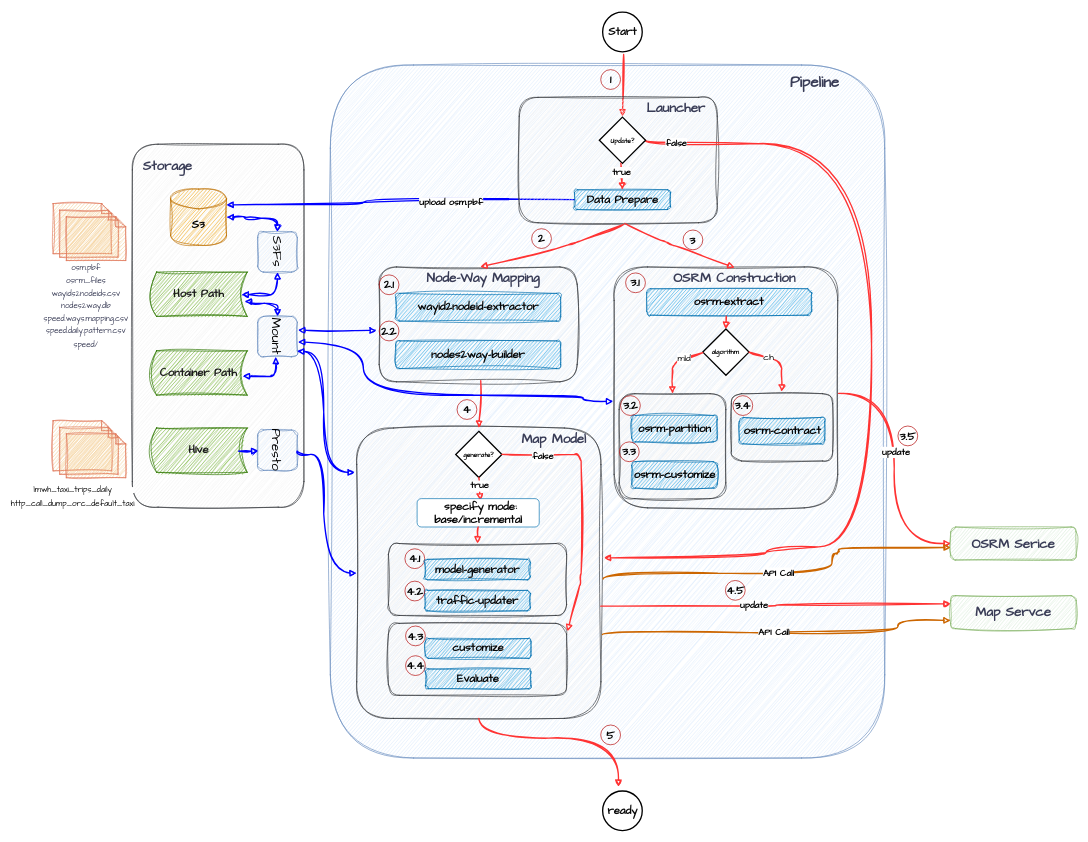
Above: page "pipeline" (4 of 10) of MapTracer-Diagram.drawio in fenwuyaoji/learngit (draw.io), before the change. Source tidied: cells renumbered, new cells numbered last; positions are measured from the earlier drawing's top-left corner, leaving out a move shared by most shapes. Both pictures are drawn from the tidied source at 66%, with x=0, y=0 at pixel (33, 12).
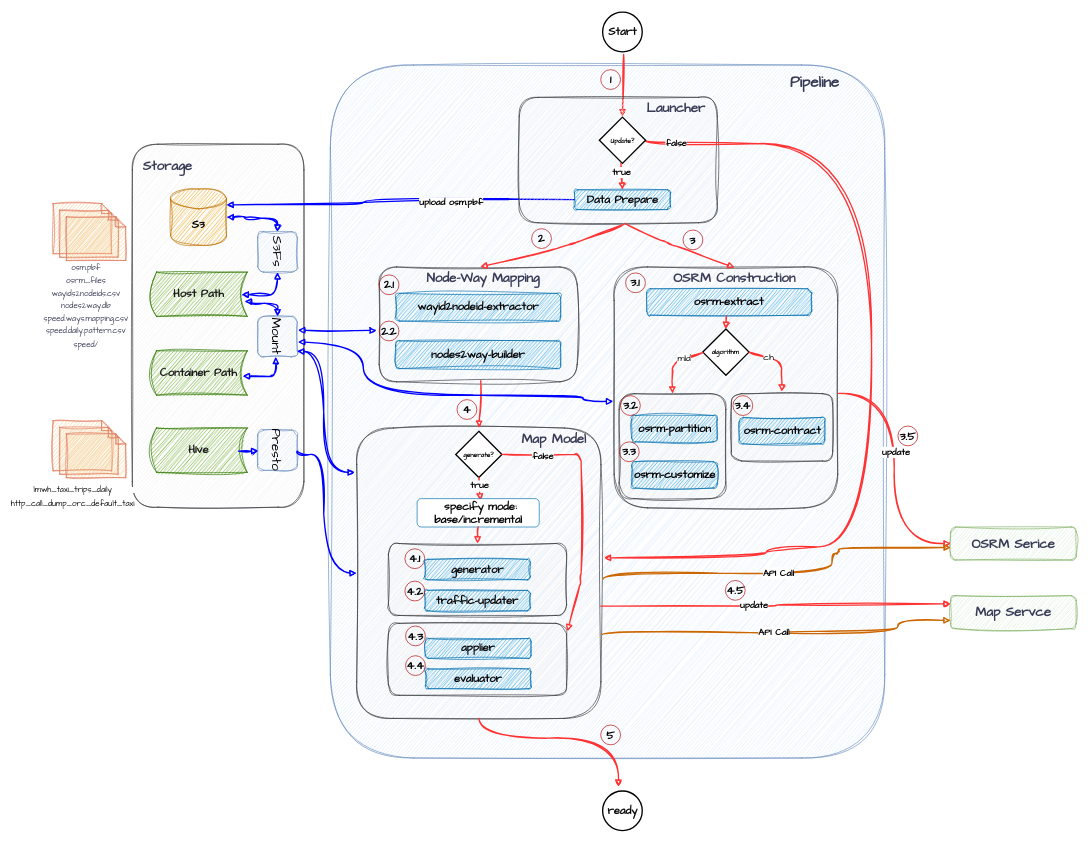
After the change.

What changed in the source:
```diff
@@
-    <mxCell id="54" value="&lt;div style=&quot;&quot;&gt;&lt;font color=&quot;#080808&quot;&gt;customize&lt;br&gt;&lt;/font&gt;&lt;/div&gt;" style="rounded=1;whiteSpace=wrap;html=1;sketch=1;hachureGap=4;jiggle=2;curveFitting=1;strokeColor=#006EAF;fontFamily=Architects Daughter;fontSize=17;fontColor=#ffffff;fillColor=#1ba1e2;fontStyle=1;" parent="1" vertex="1">
+    <mxCell id="54" value="&lt;div style=&quot;&quot;&gt;&lt;font color=&quot;#080808&quot;&gt;applier&lt;br&gt;&lt;/font&gt;&lt;/div&gt;" style="rounded=1;whiteSpace=wrap;html=1;sketch=1;hachureGap=4;jiggle=2;curveFitting=1;strokeColor=#006EAF;fontFamily=Architects Daughter;fontSize=17;fontColor=#ffffff;fillColor=#1ba1e2;fontStyle=1;" parent="1" vertex="1">
       <mxGeometry x="594" y="949" width="160" height="30" as="geometry" />
     </mxCell>
-    <mxCell id="55" value="&lt;div style=&quot;&quot;&gt;&lt;font style=&quot;&quot; color=&quot;#080808&quot;&gt;Evaluate&lt;/font&gt;&lt;/div&gt;" style="rounded=1;whiteSpace=wrap;html=1;sketch=1;hachureGap=4;jiggle=2;curveFitting=1;strokeColor=#006EAF;fontFamily=Architects Daughter;fontSize=17;fontColor=#ffffff;fillColor=#1ba1e2;fontStyle=1;" parent="1" vertex="1">
+    <mxCell id="55" value="&lt;div style=&quot;&quot;&gt;&lt;font style=&quot;&quot; color=&quot;#080808&quot;&gt;evaluator&lt;/font&gt;&lt;/div&gt;" style="rounded=1;whiteSpace=wrap;html=1;sketch=1;hachureGap=4;jiggle=2;curveFitting=1;strokeColor=#006EAF;fontFamily=Architects Daughter;fontSize=17;fontColor=#ffffff;fillColor=#1ba1e2;fontStyle=1;" parent="1" vertex="1">
       <mxGeometry x="594" y="995" width="160" height="30" as="geometry" />
     </mxCell>
@@
-    <mxCell id="62" value="&lt;div style=&quot;color: rgb(8, 8, 8); font-size: 17px;&quot;&gt;model-generator&lt;br&gt;&lt;/div&gt;" style="rounded=1;whiteSpace=wrap;html=1;sketch=1;hachureGap=4;jiggle=2;curveFitting=1;strokeColor=#006EAF;fontFamily=Architects Daughter;fontSize=17;fontColor=#ffffff;fillColor=#1ba1e2;fontStyle=1;" parent="1" vertex="1">
+    <mxCell id="62" value="&lt;div style=&quot;color: rgb(8, 8, 8); font-size: 17px;&quot;&gt;generator&lt;br&gt;&lt;/div&gt;" style="rounded=1;whiteSpace=wrap;html=1;sketch=1;hachureGap=4;jiggle=2;curveFitting=1;strokeColor=#006EAF;fontFamily=Architects Daughter;fontSize=17;fontColor=#ffffff;fillColor=#1ba1e2;fontStyle=1;" parent="1" vertex="1">
       <mxGeometry x="593" y="829" width="160" height="31" as="geometry" />
     </mxCell>
```
